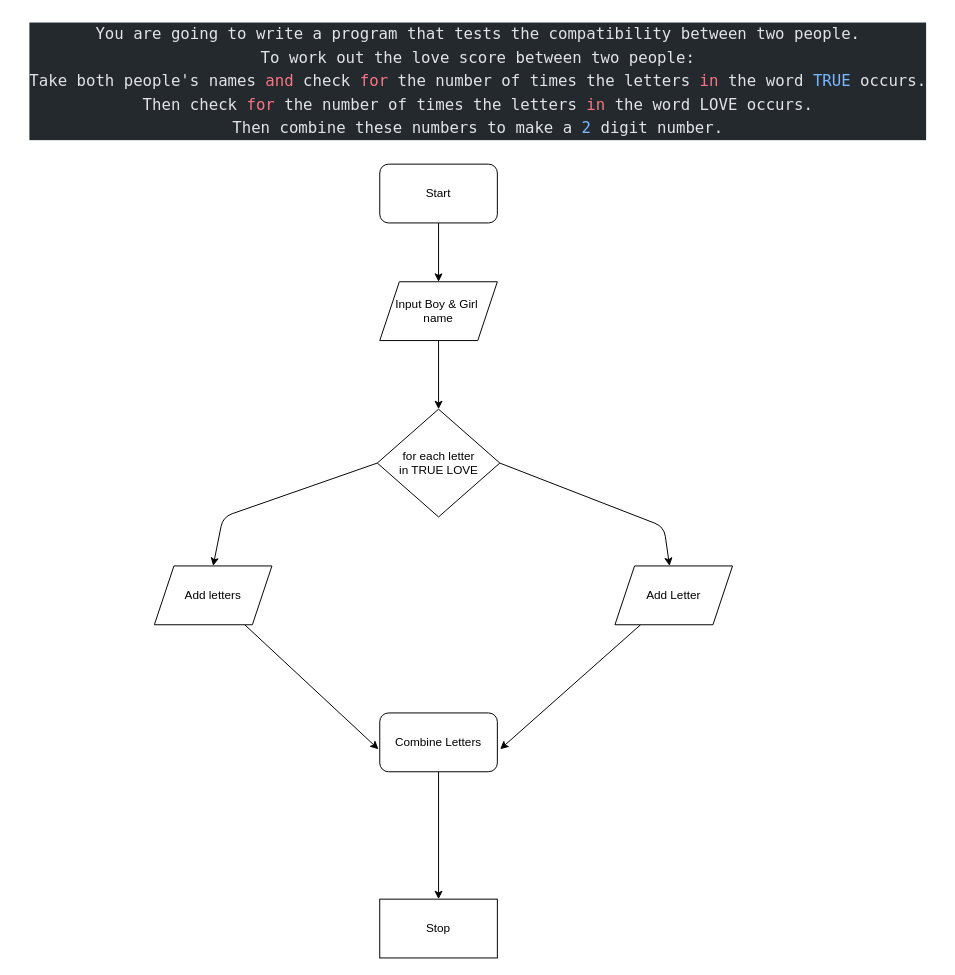
Earlier version of the draw.io diagram FC/love_cal.drawio (neo0177/neo0177). Source tidied: cells renumbered, new cells numbered last; positions are measured from the earlier drawing's top-left corner, leaving out a move shared by most shapes. Both pictures are drawn from the tidied source at 98%, with x=0, y=0 at pixel (17, 17).
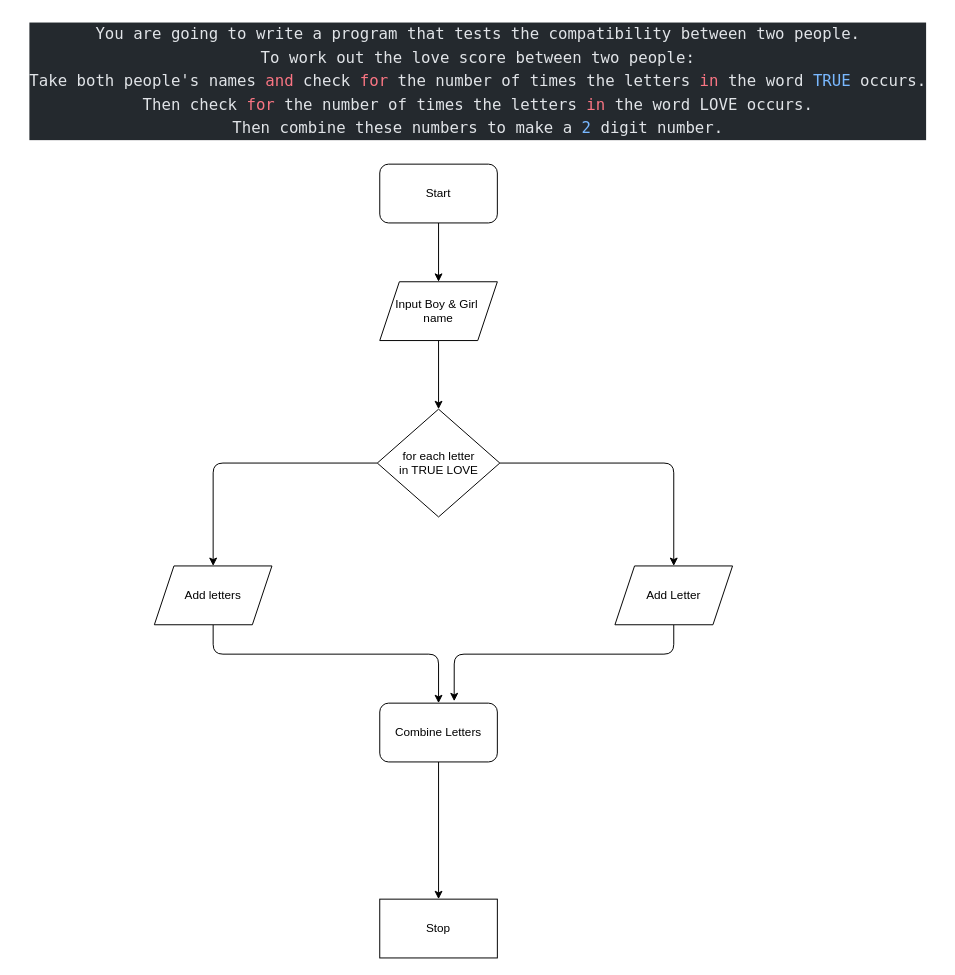
The same page after the edit.

The change refers to these unchanged cells:
```xml
<mxCell id="8" value="for each letter&lt;br&gt;in TRUE LOVE" style="rhombus;whiteSpace=wrap;html=1;" parent="1" vertex="1">
  <mxGeometry x="367.5" y="400" width="125" height="110" as="geometry" />
</mxCell>
<mxCell id="10" value="Add letters" style="shape=parallelogram;perimeter=parallelogramPerimeter;whiteSpace=wrap;html=1;fixedSize=1;" parent="1" vertex="1">
  <mxGeometry x="140" y="560" width="120" height="60" as="geometry" />
</mxCell>
<mxCell id="12" value="Add Letter" style="shape=parallelogram;perimeter=parallelogramPerimeter;whiteSpace=wrap;html=1;fixedSize=1;" parent="1" vertex="1">
  <mxGeometry x="610" y="560" width="120" height="60" as="geometry" />
</mxCell>
```

Change to the diagram source:
```diff
@@
     <mxCell id="7" style="edgeStyle=none;html=1;exitX=0;exitY=0.5;exitDx=0;exitDy=0;entryX=0.5;entryY=0;entryDx=0;entryDy=0;" parent="1" edge="1" source="8" target="10">
       <mxGeometry relative="1" as="geometry">
         <Array as="points">
-          <mxPoint x="210" y="510" />
+          <mxPoint x="200" y="455" />
         </Array>
       </mxGeometry>
     </mxCell>
@@
-    <mxCell id="9" style="edgeStyle=none;html=1;entryX=-0.011;entryY=0.617;entryDx=0;entryDy=0;entryPerimeter=0;" parent="1" edge="1" source="10" target="14">
-      <mxGeometry relative="1" as="geometry" />
+    <mxCell id="9" style="edgeStyle=none;html=1;entryX=0.5;entryY=0;entryDx=0;entryDy=0;" parent="1" edge="1" source="10" target="14">
+      <mxGeometry relative="1" as="geometry">
+        <Array as="points">
+          <mxPoint x="200" y="650" />
+          <mxPoint x="430" y="650" />
+        </Array>
+      </mxGeometry>
     </mxCell>
@@
-    <mxCell id="11" style="edgeStyle=none;html=1;entryX=1.024;entryY=0.617;entryDx=0;entryDy=0;entryPerimeter=0;" parent="1" edge="1" source="12" target="14">
-      <mxGeometry relative="1" as="geometry" />
+    <mxCell id="11" style="edgeStyle=none;html=1;entryX=0.633;entryY=-0.033;entryDx=0;entryDy=0;entryPerimeter=0;" parent="1" edge="1" source="12" target="14">
+      <mxGeometry relative="1" as="geometry">
+        <Array as="points">
+          <mxPoint x="670" y="650" />
+          <mxPoint x="446" y="650" />
+        </Array>
+      </mxGeometry>
     </mxCell>
@@
     <mxCell id="14" value="Combine Letters" style="rounded=1;whiteSpace=wrap;html=1;" parent="1" vertex="1">
-      <mxGeometry x="370" y="710" width="120" height="60" as="geometry" />
+      <mxGeometry x="370" y="700" width="120" height="60" as="geometry" />
     </mxCell>
@@
     <mxCell id="16" style="edgeStyle=none;html=1;exitX=1;exitY=0.5;exitDx=0;exitDy=0;" parent="1" edge="1" source="8" target="12">
       <mxGeometry relative="1" as="geometry">
         <Array as="points">
-          <mxPoint x="660" y="520" />
+          <mxPoint x="670" y="455" />
         </Array>
       </mxGeometry>
     </mxCell>
```
